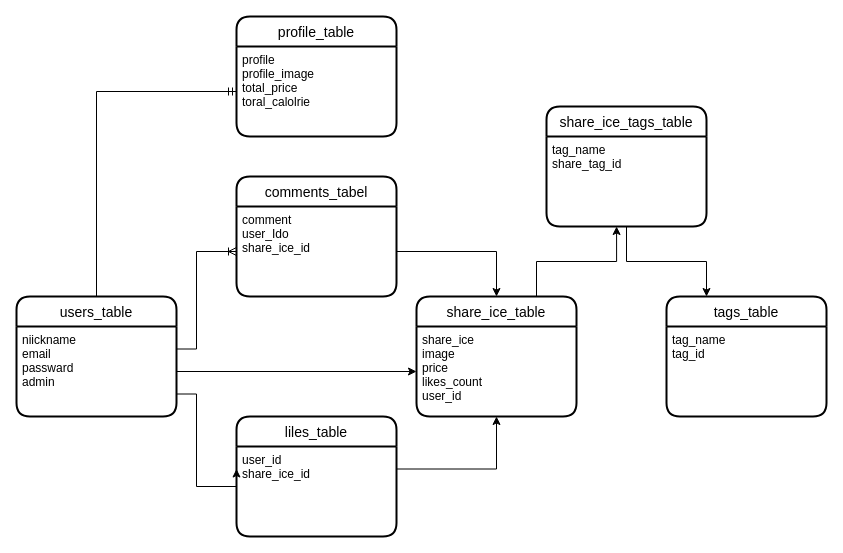
Before: ER図.dio in hakanaidomu/share_ice, a draw.io diagram. Source tidied: cells renumbered, new cells numbered last; positions are measured from the earlier drawing's top-left corner, leaving out a move shared by most shapes. Both pictures are drawn from the tidied source at 100%, with x=0, y=0 at pixel (16, 16).
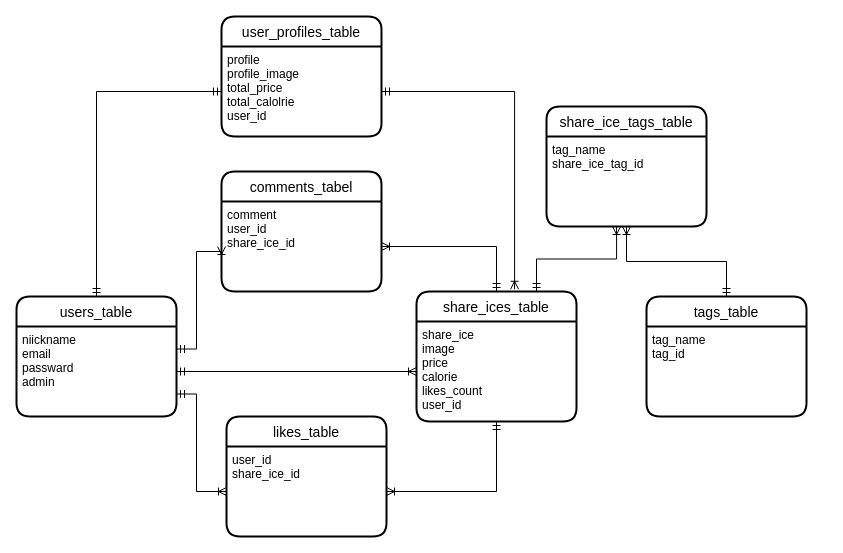
After the change.

Commit message (it also covers changes not shown here):
ER図の修正、READMEの作成 #1

The change refers to these unchanged cells:
```xml
<mxCell id="3" value="users_table" style="swimlane;horizontal=1;startSize=30;rounded=1;fontSize=14;fontStyle=0;strokeWidth=2;shadow=0;dashed=0;align=center;" parent="1" vertex="1">
  <mxGeometry y="280" width="160" height="120" as="geometry" />
</mxCell>
<mxCell id="4" value="niickname&#10;email&#10;passward&#10;admin" style="align=left;strokeColor=none;fillColor=none;spacingLeft=4;fontSize=12;verticalAlign=top;" parent="3" vertex="1">
  <mxGeometry y="30" width="160" height="90" as="geometry" />
</mxCell>
<mxCell id="13" value="user_id&#10;share_ice_id" style="align=left;strokeColor=none;fillColor=none;spacingLeft=4;fontSize=12;verticalAlign=top;" parent="12" vertex="1">
  <mxGeometry y="30" width="160" height="90" as="geometry" />
</mxCell>
<mxCell id="21" value="share_ice_tags_table" style="swimlane;horizontal=1;startSize=30;rounded=1;fontSize=14;fontStyle=0;strokeWidth=2;shadow=0;dashed=0;align=center;" parent="1" vertex="1">
  <mxGeometry x="530" y="90" width="160" height="120" as="geometry" />
</mxCell>
```

Diff of the diagram source:
```diff
@@
-    <mxCell id="2" style="edgeStyle=orthogonalEdgeStyle;rounded=0;jettySize=auto;html=1;exitX=0.5;exitY=0;exitDx=0;exitDy=0;entryX=0;entryY=0.5;entryDx=0;entryDy=0;endArrow=ERmandOne;endFill=0;startArrow=none;startFill=0;" parent="1" edge="1" source="3" target="6">
+    <mxCell id="2" style="edgeStyle=orthogonalEdgeStyle;rounded=0;jettySize=auto;html=1;exitX=0.5;exitY=0;exitDx=0;exitDy=0;entryX=0;entryY=0.5;entryDx=0;entryDy=0;endArrow=ERmandOne;endFill=0;startArrow=ERmandOne;startFill=0;" parent="1" edge="1" source="3" target="6">
       <mxGeometry relative="1" as="geometry" />
     </mxCell>
@@
-    <mxCell id="5" value="profile_table" style="swimlane;horizontal=1;startSize=30;rounded=1;fontSize=14;fontStyle=0;strokeWidth=2;shadow=0;dashed=0;align=center;" parent="1" vertex="1">
-      <mxGeometry x="220" width="160" height="120" as="geometry" />
+    <mxCell id="5" value="user_profiles_table" style="swimlane;horizontal=1;startSize=30;rounded=1;fontSize=14;fontStyle=0;strokeWidth=2;shadow=0;dashed=0;align=center;" parent="1" vertex="1">
+      <mxGeometry x="205" width="160" height="120" as="geometry" />
     </mxCell>
-    <mxCell id="6" value="profile&#10;profile_image&#10;total_price&#10;toral_calolrie" style="align=left;strokeColor=none;fillColor=none;spacingLeft=4;fontSize=12;verticalAlign=top;" parent="5" vertex="1">
+    <mxCell id="6" value="profile&#10;profile_image&#10;total_price&#10;total_calolrie&#10;user_id" style="align=left;strokeColor=none;fillColor=none;spacingLeft=4;fontSize=12;verticalAlign=top;" parent="5" vertex="1">
       <mxGeometry y="30" width="160" height="90" as="geometry" />
     </mxCell>
-    <mxCell id="7" style="edgeStyle=orthogonalEdgeStyle;rounded=0;jettySize=auto;html=1;exitX=0.75;exitY=0;exitDx=0;exitDy=0;entryX=0.438;entryY=1;entryDx=0;entryDy=0;entryPerimeter=0;" parent="1" edge="1" source="8" target="22">
+    <mxCell id="7" style="edgeStyle=orthogonalEdgeStyle;rounded=0;jettySize=auto;html=1;exitX=0.75;exitY=0;exitDx=0;exitDy=0;entryX=0.438;entryY=1;entryDx=0;entryDy=0;entryPerimeter=0;endArrow=ERoneToMany;endFill=0;startArrow=ERmandOne;startFill=0;" parent="1" edge="1" source="8" target="22">
       <mxGeometry relative="1" as="geometry" />
     </mxCell>
-    <mxCell id="8" value="share_ice_table" style="swimlane;horizontal=1;startSize=30;rounded=1;fontSize=14;fontStyle=0;strokeWidth=2;shadow=0;dashed=0;align=center;" parent="1" vertex="1">
-      <mxGeometry x="400" y="280" width="160" height="120" as="geometry" />
+    <mxCell id="8" value="share_ices_table" style="swimlane;horizontal=1;startSize=30;rounded=1;fontSize=14;fontStyle=0;strokeWidth=2;shadow=0;dashed=0;align=center;" parent="1" vertex="1">
+      <mxGeometry x="400" y="275" width="160" height="130" as="geometry" />
     </mxCell>
-    <mxCell id="9" value="share_ice&#10;image&#10;price&#10;likes_count&#10;user_id&#10;" style="align=left;strokeColor=none;fillColor=none;spacingLeft=4;fontSize=12;verticalAlign=top;" parent="8" vertex="1">
-      <mxGeometry y="30" width="160" height="90" as="geometry" />
+    <mxCell id="9" value="share_ice&#10;image&#10;price&#10;calorie&#10;likes_count&#10;user_id&#10;" style="align=left;strokeColor=none;fillColor=none;spacingLeft=4;fontSize=12;verticalAlign=top;" parent="8" vertex="1">
+      <mxGeometry y="30" width="160" height="100" as="geometry" />
     </mxCell>
     <mxCell id="10" value="comments_tabel" style="swimlane;horizontal=1;startSize=30;rounded=1;fontSize=14;fontStyle=0;strokeWidth=2;shadow=0;dashed=0;align=center;" parent="1" vertex="1">
-      <mxGeometry x="220" y="160" width="160" height="120" as="geometry" />
+      <mxGeometry x="205" y="155" width="160" height="120" as="geometry" />
     </mxCell>
-    <mxCell id="11" value="comment&#10;user_Ido&#10;share_ice_id" style="align=left;strokeColor=none;fillColor=none;spacingLeft=4;fontSize=12;verticalAlign=top;" parent="10" vertex="1">
+    <mxCell id="11" value="comment&#10;user_id&#10;share_ice_id" style="align=left;strokeColor=none;fillColor=none;spacingLeft=4;fontSize=12;verticalAlign=top;" parent="10" vertex="1">
       <mxGeometry y="30" width="160" height="90" as="geometry" />
     </mxCell>
-    <mxCell id="12" value="liles_table" style="swimlane;horizontal=1;startSize=30;rounded=1;fontSize=14;fontStyle=0;strokeWidth=2;shadow=0;dashed=0;align=center;" parent="1" vertex="1">
-      <mxGeometry x="220" y="400" width="160" height="120" as="geometry" />
+    <mxCell id="12" value="likes_table" style="swimlane;horizontal=1;startSize=30;rounded=1;fontSize=14;fontStyle=0;strokeWidth=2;shadow=0;dashed=0;align=center;" parent="1" vertex="1">
+      <mxGeometry x="210" y="400" width="160" height="120" as="geometry" />
     </mxCell>
@@
-    <mxCell id="14" style="edgeStyle=orthogonalEdgeStyle;rounded=0;jettySize=auto;html=1;exitX=1;exitY=0.25;exitDx=0;exitDy=0;entryX=0;entryY=0.5;entryDx=0;entryDy=0;endArrow=ERoneToMany;endFill=0;" parent="1" edge="1" source="4" target="11">
+    <mxCell id="14" style="edgeStyle=orthogonalEdgeStyle;rounded=0;jettySize=auto;html=1;exitX=1;exitY=0.25;exitDx=0;exitDy=0;entryX=0;entryY=0.5;entryDx=0;entryDy=0;endArrow=ERoneToMany;endFill=0;startArrow=ERmandOne;startFill=0;" parent="1" edge="1" source="4" target="11">
       <mxGeometry relative="1" as="geometry">
         <Array as="points">
           <mxPoint x="180" y="333" />
           <mxPoint x="180" y="235" />
         </Array>
       </mxGeometry>
     </mxCell>
-    <mxCell id="15" style="edgeStyle=orthogonalEdgeStyle;rounded=0;jettySize=auto;html=1;exitX=1;exitY=0.75;exitDx=0;exitDy=0;entryX=0;entryY=0.25;entryDx=0;entryDy=0;" parent="1" edge="1" source="4" target="13">
-      <mxGeometry relative="1" as="geometry">
-        <Array as="points">
-          <mxPoint x="180" y="378" />
-          <mxPoint x="180" y="470" />
-          <mxPoint x="220" y="470" />
-        </Array>
-      </mxGeometry>
-    </mxCell>
-    <mxCell id="16" style="edgeStyle=orthogonalEdgeStyle;rounded=0;jettySize=auto;html=1;exitX=1;exitY=0.5;exitDx=0;exitDy=0;entryX=0;entryY=0.5;entryDx=0;entryDy=0;" parent="1" edge="1" source="4" target="9">
+    <mxCell id="16" style="edgeStyle=orthogonalEdgeStyle;rounded=0;jettySize=auto;html=1;exitX=1;exitY=0.5;exitDx=0;exitDy=0;entryX=0;entryY=0.5;entryDx=0;entryDy=0;endArrow=ERoneToMany;endFill=0;startArrow=ERmandOne;startFill=0;" parent="1" edge="1" source="4" target="9">
       <mxGeometry relative="1" as="geometry" />
     </mxCell>
-    <mxCell id="17" style="edgeStyle=orthogonalEdgeStyle;rounded=0;jettySize=auto;html=1;exitX=1;exitY=0.25;exitDx=0;exitDy=0;entryX=0.5;entryY=1;entryDx=0;entryDy=0;" parent="1" edge="1" source="13" target="9">
-      <mxGeometry relative="1" as="geometry" />
-    </mxCell>
-    <mxCell id="18" style="edgeStyle=orthogonalEdgeStyle;rounded=0;jettySize=auto;html=1;exitX=1;exitY=0.5;exitDx=0;exitDy=0;entryX=0.5;entryY=0;entryDx=0;entryDy=0;" parent="1" edge="1" source="11" target="8">
+    <mxCell id="18" style="edgeStyle=orthogonalEdgeStyle;rounded=0;jettySize=auto;html=1;exitX=1;exitY=0.5;exitDx=0;exitDy=0;entryX=0.5;entryY=0;entryDx=0;entryDy=0;startArrow=ERoneToMany;startFill=0;endArrow=ERmandOne;endFill=0;" parent="1" edge="1" source="11" target="8">
       <mxGeometry relative="1" as="geometry" />
     </mxCell>
     <mxCell id="19" value="tags_table" style="swimlane;horizontal=1;startSize=30;rounded=1;fontSize=14;fontStyle=0;strokeWidth=2;shadow=0;dashed=0;align=center;" parent="1" vertex="1">
-      <mxGeometry x="650" y="280" width="160" height="120" as="geometry" />
+      <mxGeometry x="630" y="280" width="160" height="120" as="geometry" />
     </mxCell>
@@
-    <mxCell id="22" value="tag_name&#10;share_tag_id&#10;" style="align=left;strokeColor=none;fillColor=none;spacingLeft=4;fontSize=12;verticalAlign=top;" parent="21" vertex="1">
+    <mxCell id="22" value="tag_name&#10;share_ice_tag_id&#10;" style="align=left;strokeColor=none;fillColor=none;spacingLeft=4;fontSize=12;verticalAlign=top;" parent="21" vertex="1">
       <mxGeometry y="30" width="160" height="90" as="geometry" />
     </mxCell>
-    <mxCell id="23" style="edgeStyle=orthogonalEdgeStyle;rounded=0;jettySize=auto;html=1;exitX=0.5;exitY=1;exitDx=0;exitDy=0;entryX=0.25;entryY=0;entryDx=0;entryDy=0;" parent="1" edge="1" source="22" target="19">
+    <mxCell id="23" style="edgeStyle=orthogonalEdgeStyle;rounded=0;jettySize=auto;html=1;exitX=0.5;exitY=1;exitDx=0;exitDy=0;entryX=0.5;entryY=0;entryDx=0;entryDy=0;endArrow=ERmandOne;endFill=0;startArrow=ERoneToMany;startFill=0;" parent="1" edge="1" source="22" target="19">
       <mxGeometry relative="1" as="geometry" />
     </mxCell>
+    <mxCell id="15" style="edgeStyle=orthogonalEdgeStyle;rounded=0;jettySize=auto;html=1;exitX=1;exitY=0.75;exitDx=0;exitDy=0;entryX=0;entryY=0.5;entryDx=0;entryDy=0;startArrow=ERmandOne;startFill=0;endArrow=ERoneToMany;endFill=0;" parent="1" edge="1" source="4" target="13">
+      <mxGeometry relative="1" as="geometry">
+        <Array as="points">
+          <mxPoint x="180" y="378" />
+          <mxPoint x="180" y="475" />
+        </Array>
+      </mxGeometry>
+    </mxCell>
+    <mxCell id="24" style="edgeStyle=orthogonalEdgeStyle;rounded=0;jettySize=auto;html=1;exitX=1;exitY=0.5;exitDx=0;exitDy=0;entryX=0.613;entryY=-0.017;entryDx=0;entryDy=0;entryPerimeter=0;startArrow=ERmandOne;startFill=0;endArrow=ERoneToMany;endFill=0;" parent="1" edge="1" source="6" target="8">
+      <mxGeometry relative="1" as="geometry" />
+    </mxCell>
+    <mxCell id="25" style="edgeStyle=orthogonalEdgeStyle;rounded=0;jettySize=auto;html=1;exitX=0.5;exitY=1;exitDx=0;exitDy=0;entryX=1;entryY=0.5;entryDx=0;entryDy=0;startArrow=ERmandOne;startFill=0;endArrow=ERoneToMany;endFill=0;" parent="1" edge="1" source="9" target="13">
+      <mxGeometry relative="1" as="geometry" />
+    </mxCell>
```
